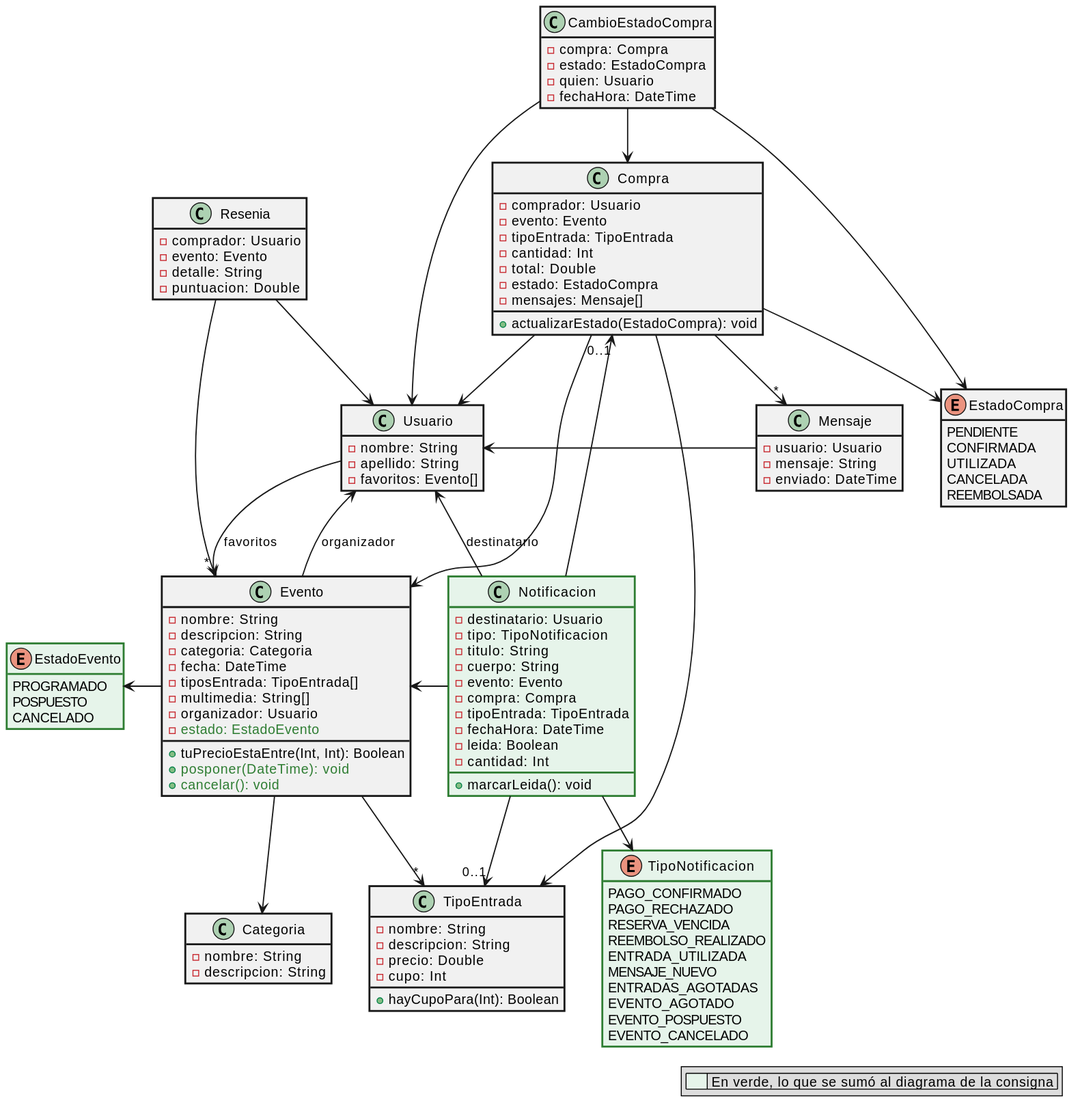
tomasmuller1/ai-ticket-it keeps this PlantUML diagram as docs/diagramas/clases.svg. Above is the earlier version.
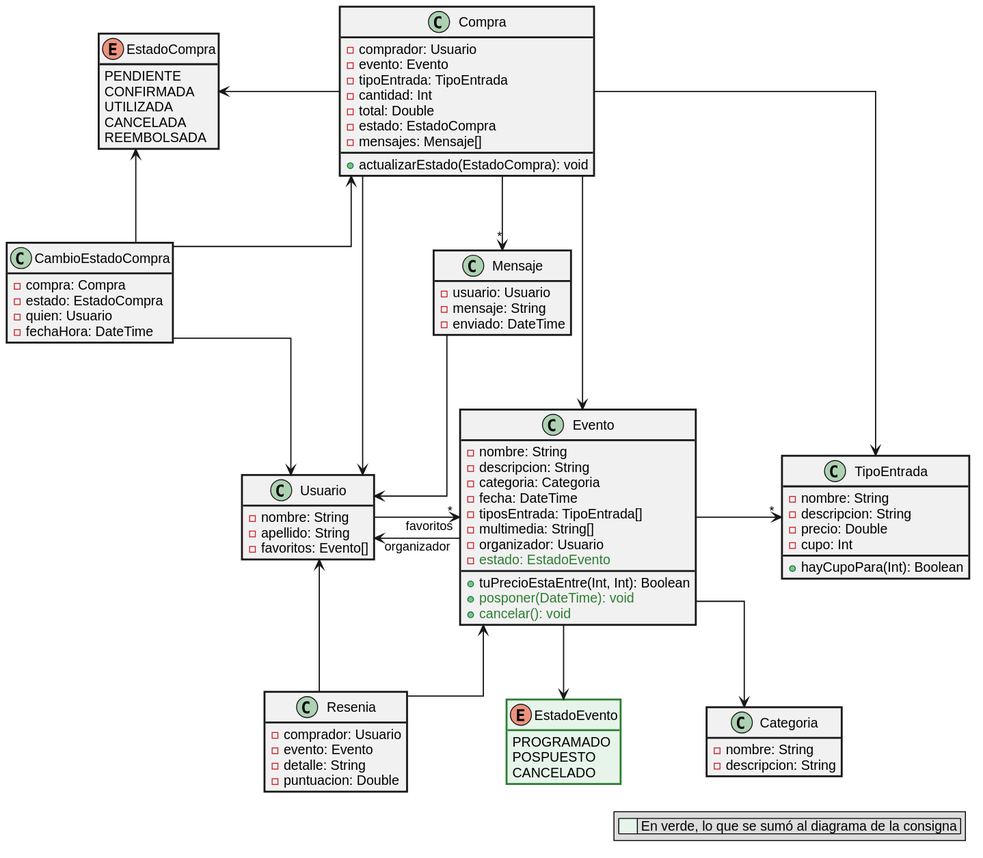
The same file after the commit.

Commit message:
docs(readme): diagrama de clases sin cruces y sin la sección Pendiente

Change to the diagram source:
```diff
@@ -1,11 +1,13 @@
 @startuml
 
+skinparam defaultFontName Arial
 skinparam shadowing false
 skinparam roundCorner 0
 skinparam classBorderThickness 2
 skinparam ArrowThickness 1.3
-skinparam nodesep 40
-skinparam ranksep 55
+skinparam linetype ortho
+skinparam nodesep 90
+skinparam ranksep 70
 hide empty members
 hide stereotype
 
@@ -16,39 +18,6 @@
 skinparam enum<<nuevo>> {
   BackgroundColor #E6F4EA
   BorderColor #2E7D32
-}
-
-class Usuario {
-  - nombre: String
-  - apellido: String
-  - favoritos: Evento[]
-}
-
-class Evento {
-  - nombre: String
-  - descripcion: String
-  - categoria: Categoria
-  - fecha: DateTime
-  - tiposEntrada: TipoEntrada[]
-  - multimedia: String[]
-  - organizador: Usuario
-  - <color:#2E7D32>estado: EstadoEvento
-  + tuPrecioEstaEntre(Int, Int): Boolean
-  + <color:#2E7D32>posponer(DateTime): void
-  + <color:#2E7D32>cancelar(): void
-}
-
-class Categoria {
-  - nombre: String
-  - descripcion: String
-}
-
-class TipoEntrada {
-  - nombre: String
-  - descripcion: String
-  - precio: Double
-  - cupo: Int
-  + hayCupoPara(Int): Boolean
 }
 
 class Compra {
@@ -83,6 +52,39 @@
   - enviado: DateTime
 }
 
+class Usuario {
+  - nombre: String
+  - apellido: String
+  - favoritos: Evento[]
+}
+
+class Evento {
+  - nombre: String
+  - descripcion: String
+  - categoria: Categoria
+  - fecha: DateTime
+  - tiposEntrada: TipoEntrada[]
+  - multimedia: String[]
+  - organizador: Usuario
+  - <color:#2E7D32>estado: EstadoEvento
+  + tuPrecioEstaEntre(Int, Int): Boolean
+  + <color:#2E7D32>posponer(DateTime): void
+  + <color:#2E7D32>cancelar(): void
+}
+
+class TipoEntrada {
+  - nombre: String
+  - descripcion: String
+  - precio: Double
+  - cupo: Int
+  + hayCupoPara(Int): Boolean
+}
+
+class Categoria {
+  - nombre: String
+  - descripcion: String
+}
+
 class Resenia {
   - comprador: Usuario
   - evento: Evento
@@ -96,55 +98,22 @@
   CANCELADO
 }
 
-class Notificacion <<nuevo>> {
-  - destinatario: Usuario
-  - tipo: TipoNotificacion
-  - titulo: String
-  - cuerpo: String
-  - evento: Evento
-  - compra: Compra
-  - tipoEntrada: TipoEntrada
-  - fechaHora: DateTime
-  - leida: Boolean
-  - cantidad: Int
-  + marcarLeida(): void
-}
-
-enum TipoNotificacion <<nuevo>> {
-  PAGO_CONFIRMADO
-  PAGO_RECHAZADO
-  RESERVA_VENCIDA
-  REEMBOLSO_REALIZADO
-  ENTRADA_UTILIZADA
-  MENSAJE_NUEVO
-  ENTRADAS_AGOTADAS
-  EVENTO_AGOTADO
-  EVENTO_POSPUESTO
-  EVENTO_CANCELADO
-}
-
-CambioEstadoCompra --> Usuario
-CambioEstadoCompra -down-> Compra
-CambioEstadoCompra --> EstadoCompra
-Compra --> Usuario
-Compra --> Evento
-Compra --> TipoEntrada
-Compra --> EstadoCompra
-Compra --> "*" Mensaje
-Resenia --> Usuario
-Resenia -down-> Evento
-Mensaje -left-> Usuario
+Compra -left-> EstadoCompra
+CambioEstadoCompra -up-> EstadoCompra
+CambioEstadoCompra -up-> Compra
+CambioEstadoCompra -down-> Usuario
+Compra -down-> "*" Mensaje
+Mensaje -down-> Usuario
+Compra -down-> Usuario
+Compra -down-> Evento
+Compra -down-> TipoEntrada
+Usuario -right-> "*" Evento : favoritos
+Evento -left-> Usuario : organizador
+Evento -right-> "*" TipoEntrada
+Resenia -up-> Usuario
+Resenia -up-> Evento
+Evento -down-> EstadoEvento
 Evento -down-> Categoria
-Evento --> "*" TipoEntrada
-Usuario --> "*" Evento : favoritos
-Evento --> Usuario : organizador
-
-Evento -left-> EstadoEvento
-Notificacion -left-> Evento
-Notificacion -up-> Usuario : destinatario
-Notificacion -up-> "0..1" Compra
-Notificacion -down-> "0..1" TipoEntrada
-Notificacion -down-> TipoNotificacion
 
 legend bottom right
   |<#E6F4EA>     | En verde, lo que se sumó al diagrama de la consigna |
```
